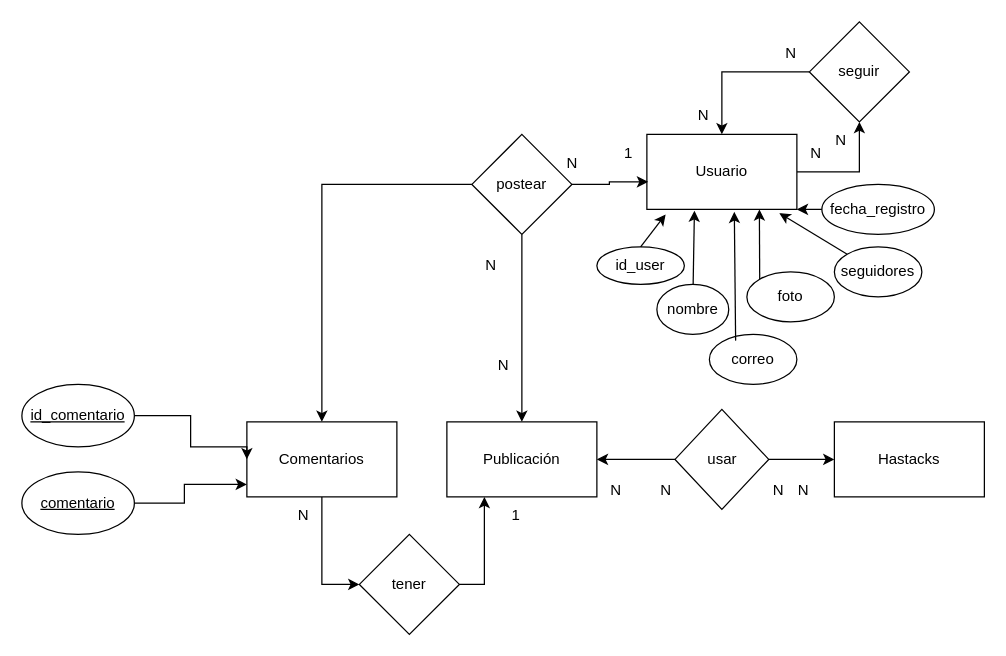
Earlier version of the draw.io diagram ej16.drawio (adriii28/amr-tsys-C3U12-11102023). Source tidied: cells renumbered, new cells numbered last; positions are measured from the earlier drawing's top-left corner, leaving out a move shared by most shapes. Both pictures are drawn from the tidied source at 125%, with x=0, y=0 at pixel (21, 21).
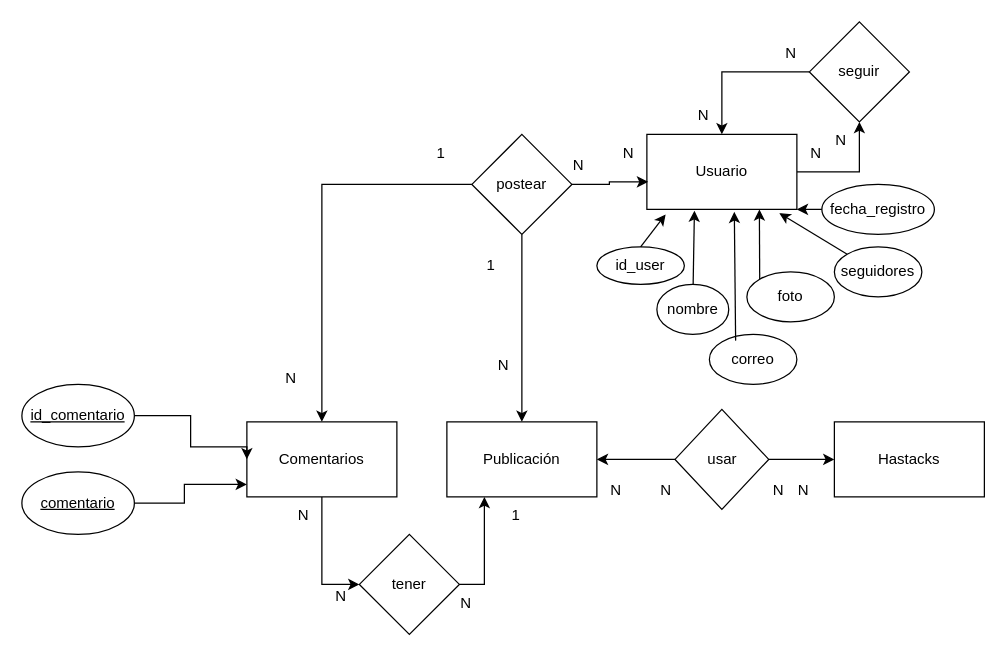
The same page after the edit.

Commit message:
Comentarios relacion

The edit, as a diff of the source:
```diff
@@
-    <mxCell id="31" value="1" style="text;html=1;align=center;verticalAlign=middle;strokeColor=none;fillColor=none;" parent="1" vertex="1">
+    <mxCell id="31" value="N" style="text;html=1;align=center;verticalAlign=middle;strokeColor=none;fillColor=none;" parent="1" vertex="1">
       <mxGeometry x="470" y="90" width="30" height="30" as="geometry" />
     </mxCell>
@@
-    <mxCell id="33" value="N" style="text;html=1;align=center;verticalAlign=middle;strokeColor=none;fillColor=none;" parent="1" vertex="1">
+    <mxCell id="33" value="1" style="text;html=1;align=center;verticalAlign=middle;strokeColor=none;fillColor=none;" parent="1" vertex="1">
       <mxGeometry x="360" y="180" width="30" height="30" as="geometry" />
     </mxCell>
     <mxCell id="34" value="N" style="text;html=1;align=center;verticalAlign=middle;strokeColor=none;fillColor=none;" parent="1" vertex="1">
-      <mxGeometry x="425" y="98" width="30" height="30" as="geometry" />
+      <mxGeometry x="430" y="100" width="30" height="30" as="geometry" />
     </mxCell>
@@
+    <mxCell id="49" value="N" style="text;html=1;align=center;verticalAlign=middle;strokeColor=none;fillColor=none;" parent="1" vertex="1">
+      <mxGeometry x="340" y="450" width="30" height="30" as="geometry" />
+    </mxCell>
@@
+    <mxCell id="50" value="N" style="text;html=1;align=center;verticalAlign=middle;strokeColor=none;fillColor=none;" parent="1" vertex="1">
+      <mxGeometry x="240" y="445" width="30" height="30" as="geometry" />
+    </mxCell>
@@
+    <mxCell id="51" value="N" style="text;html=1;align=center;verticalAlign=middle;strokeColor=none;fillColor=none;" parent="1" vertex="1">
+      <mxGeometry x="200" y="270" width="30" height="30" as="geometry" />
+    </mxCell>
@@
+    <mxCell id="52" value="1" style="text;html=1;align=center;verticalAlign=middle;strokeColor=none;fillColor=none;" parent="1" vertex="1">
+      <mxGeometry x="320" y="90" width="30" height="30" as="geometry" />
+    </mxCell>
```
